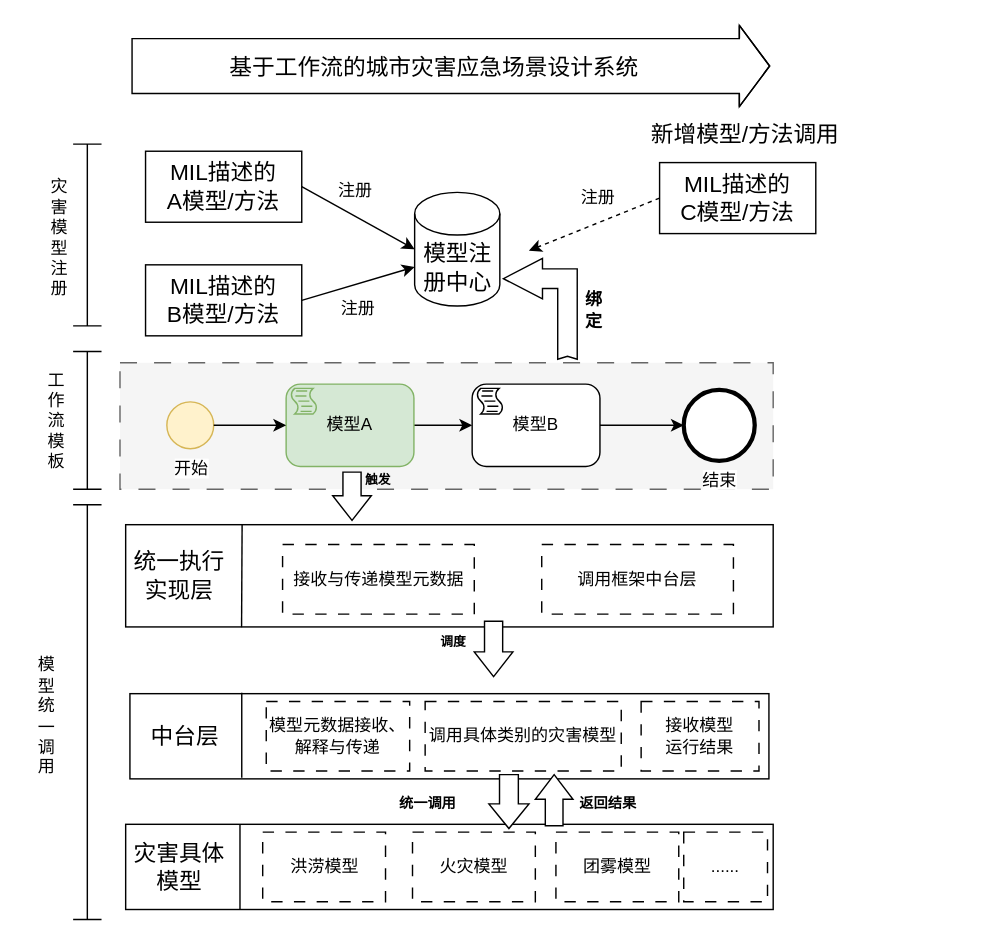
This is page "第 6 页" (6 of 6) of 模型接口语言注册.drawio from liujing-maker/IDEA, a draw.io file, before an edit. Source tidied: cells renumbered, new cells numbered last; positions are measured from the earlier drawing's top-left corner, leaving out a move shared by most shapes. Both pictures are drawn from the tidied source at 142%, with x=0, y=0 at pixel (24, 65).
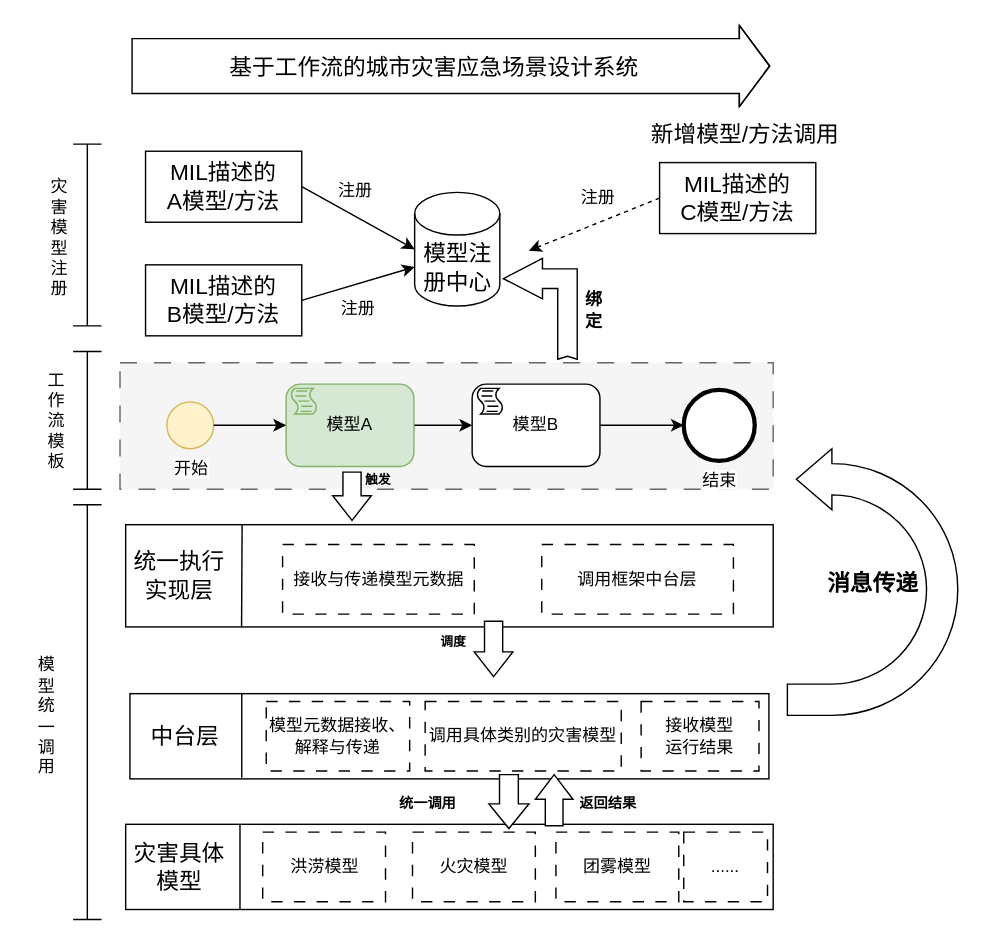
After the change.

Commit message:
更新模型接口语言注册.drawio

Change to the diagram source:
```diff
@@
+    <mxCell id="57" style="html=1;shadow=0;dashed=0;align=center;verticalAlign=middle;shape=mxgraph.arrows2.uTurnArrow;dy=11;arrowHead=43;dx2=25;flipH=1;" parent="1" vertex="1">
+      <mxGeometry x="537" y="269.5" width="120" height="187.8" as="geometry" />
+    </mxCell>
+    <mxCell id="58" value="&lt;font style=&quot;font-size: 16px;&quot;&gt;消息传递&lt;/font&gt;" style="text;strokeColor=none;fillColor=none;html=1;fontSize=24;fontStyle=1;verticalAlign=middle;align=center;" parent="1" vertex="1">
+      <mxGeometry x="547" y="341.5" width="100" height="40" as="geometry" />
+    </mxCell>
```
